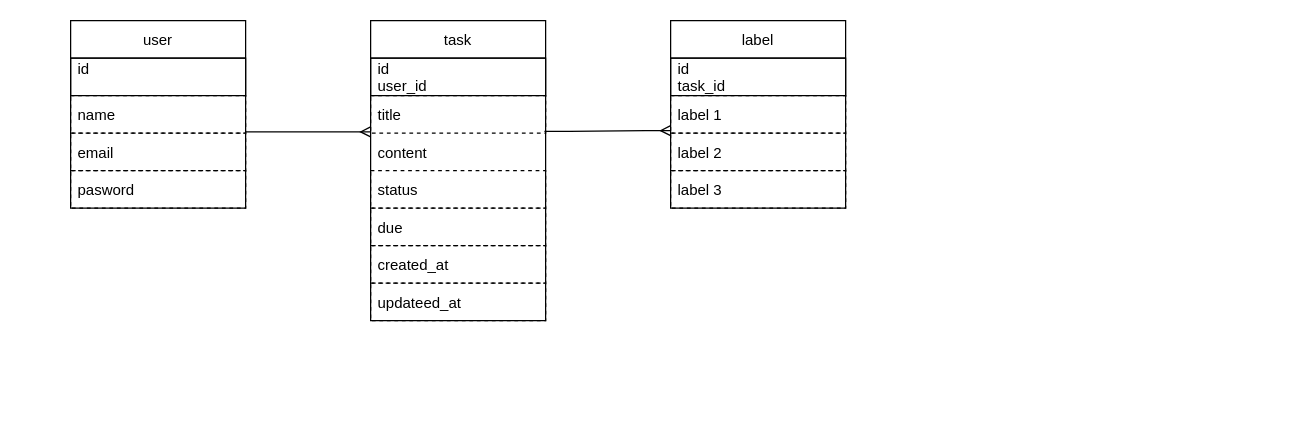
KeiNakamu/Manyo_exam keeps this draw.io diagram as docs/manyo_erd.dio. Above is the earlier version. Source tidied: cells renumbered, new cells numbered last; positions are measured from the earlier drawing's top-left corner, leaving out a move shared by most shapes. Both pictures are drawn from the tidied source at 125%, with x=0, y=0 at pixel (70, 20).
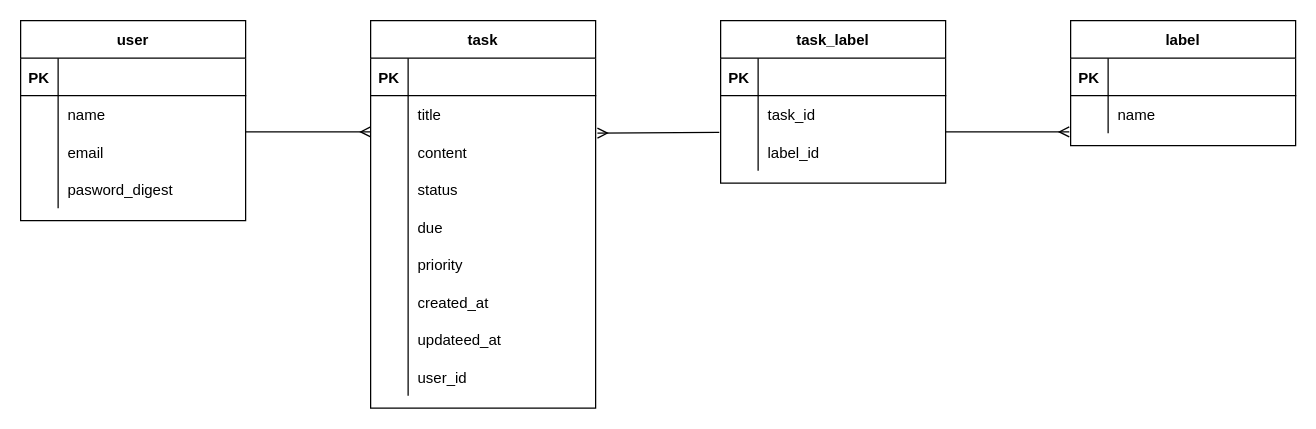
The same diagram, later.

Commit message:
ER図の修正 task_label の中間テーブルを追加

The edit, as a diff of the source:
```diff
@@
+    <mxCell id="21" style="fontSize=12;html=1;endArrow=ERmany;" parent="1" edge="1">
+      <mxGeometry relative="1" as="geometry">
+        <mxPoint x="140" y="89" as="sourcePoint" />
+        <mxPoint x="240" y="89" as="targetPoint" />
+      </mxGeometry>
+    </mxCell>
-    <mxCell id="2" value="user" style="swimlane;fontStyle=0;horizontal=1;startSize=30;" parent="1" vertex="1">
-      <mxGeometry width="140" height="150" as="geometry" />
+    <mxCell id="2" value="user" style="shape=table;startSize=30;childLayout=tableLayout;rowLines=0;fontStyle=1;align=center;" parent="1" vertex="1">
+      <mxGeometry x="-40" width="180" height="160" as="geometry" />
     </mxCell>
-    <mxCell id="3" value="id &#10;" style="text;strokeColor=default;fillColor=none;align=left;verticalAlign=middle;spacingLeft=4;spacingRight=4;overflow=hidden;" parent="2" vertex="1">
-      <mxGeometry y="30" width="140" height="30" as="geometry" />
-    </mxCell>
-    <mxCell id="4" value="name" style="text;strokeColor=default;fillColor=none;align=left;verticalAlign=middle;spacingLeft=4;spacingRight=4;overflow=hidden;dashed=1;" parent="2" vertex="1">
-      <mxGeometry y="60" width="140" height="30" as="geometry" />
-    </mxCell>
+    <mxCell id="22" style="shape=partialRectangle;fillColor=none;top=0;left=0;bottom=1;right=0;" parent="2" vertex="1">
+      <mxGeometry y="30" width="180" height="30" as="geometry" />
+    </mxCell>
+    <mxCell id="23" value="PK" style="shape=partialRectangle;fillColor=none;top=0;left=0;bottom=0;right=0;fontStyle=1;overflow=hidden;" parent="22" vertex="1">
+      <mxGeometry width="30" height="30" as="geometry" />
+    </mxCell>
+    <mxCell id="24" style="shape=partialRectangle;fillColor=none;top=0;left=0;bottom=0;right=0;align=left;spacingLeft=6;fontStyle=5;overflow=hidden;" parent="22" vertex="1">
+      <mxGeometry x="30" width="150" height="30" as="geometry" />
+    </mxCell>
+    <mxCell id="25" style="shape=partialRectangle;fillColor=none;top=0;left=0;bottom=0;right=0;" parent="2" vertex="1">
+      <mxGeometry y="60" width="180" height="30" as="geometry" />
+    </mxCell>
+    <mxCell id="26" style="shape=partialRectangle;fillColor=none;top=0;left=0;bottom=0;right=0;overflow=hidden;" parent="25" vertex="1">
+      <mxGeometry width="30" height="30" as="geometry" />
+    </mxCell>
+    <mxCell id="27" value="name" style="shape=partialRectangle;fillColor=none;top=0;left=0;bottom=0;right=0;align=left;spacingLeft=6;overflow=hidden;" parent="25" vertex="1">
+      <mxGeometry x="30" width="150" height="30" as="geometry" />
+    </mxCell>
+    <mxCell id="28" style="shape=partialRectangle;fillColor=none;top=0;left=0;bottom=0;right=0;" parent="2" vertex="1">
+      <mxGeometry y="90" width="180" height="30" as="geometry" />
+    </mxCell>
+    <mxCell id="29" style="shape=partialRectangle;fillColor=none;top=0;left=0;bottom=0;right=0;overflow=hidden;" parent="28" vertex="1">
+      <mxGeometry width="30" height="30" as="geometry" />
+    </mxCell>
-    <mxCell id="5" value="email" style="text;strokeColor=default;fillColor=none;align=left;verticalAlign=middle;spacingLeft=4;spacingRight=4;overflow=hidden;dashed=1;" parent="2" vertex="1">
-      <mxGeometry y="90" width="140" height="30" as="geometry" />
+    <mxCell id="5" value="email" style="shape=partialRectangle;fillColor=none;top=0;left=0;bottom=0;right=0;align=left;spacingLeft=6;overflow=hidden;" parent="28" vertex="1">
+      <mxGeometry x="30" width="150" height="30" as="geometry" />
     </mxCell>
-    <mxCell id="6" value="pasword" style="text;strokeColor=default;fillColor=none;align=left;verticalAlign=middle;spacingLeft=4;spacingRight=4;overflow=hidden;dashed=1;" parent="2" vertex="1">
-      <mxGeometry y="120" width="140" height="30" as="geometry" />
-    </mxCell>
+    <mxCell id="30" style="shape=partialRectangle;fillColor=none;top=0;left=0;bottom=0;right=0;" parent="2" vertex="1">
+      <mxGeometry y="120" width="180" height="30" as="geometry" />
+    </mxCell>
+    <mxCell id="31" style="shape=partialRectangle;fillColor=none;top=0;left=0;bottom=0;right=0;overflow=hidden;" parent="30" vertex="1">
+      <mxGeometry width="30" height="30" as="geometry" />
+    </mxCell>
+    <mxCell id="32" value="pasword_digest" style="shape=partialRectangle;fillColor=none;top=0;left=0;bottom=0;right=0;align=left;spacingLeft=6;overflow=hidden;" parent="30" vertex="1">
+      <mxGeometry x="30" width="150" height="30" as="geometry" />
+    </mxCell>
-    <mxCell id="7" value="task" style="swimlane;fontStyle=0;horizontal=1;startSize=30;strokeColor=default;" parent="1" vertex="1">
-      <mxGeometry x="240" width="140" height="240" as="geometry" />
+    <mxCell id="7" value="task" style="shape=table;startSize=30;childLayout=tableLayout;rowLines=0;fontStyle=1;align=center;" parent="1" vertex="1">
+      <mxGeometry x="240" width="180" height="310" as="geometry" />
     </mxCell>
-    <mxCell id="8" value="id&#10;user_id" style="text;strokeColor=default;fillColor=none;align=left;verticalAlign=middle;spacingLeft=4;spacingRight=4;overflow=hidden;" parent="7" vertex="1">
-      <mxGeometry y="30" width="140" height="30" as="geometry" />
-    </mxCell>
+    <mxCell id="33" style="shape=partialRectangle;fillColor=none;top=0;left=0;bottom=1;right=0;" parent="7" vertex="1">
+      <mxGeometry y="30" width="180" height="30" as="geometry" />
+    </mxCell>
+    <mxCell id="34" value="PK" style="shape=partialRectangle;fillColor=none;top=0;left=0;bottom=0;right=0;fontStyle=1;overflow=hidden;" parent="33" vertex="1">
+      <mxGeometry width="30" height="30" as="geometry" />
+    </mxCell>
+    <mxCell id="35" style="shape=partialRectangle;fillColor=none;top=0;left=0;bottom=0;right=0;align=left;spacingLeft=6;fontStyle=5;overflow=hidden;" parent="33" vertex="1">
+      <mxGeometry x="30" width="150" height="30" as="geometry" />
+    </mxCell>
+    <mxCell id="36" style="shape=partialRectangle;fillColor=none;top=0;left=0;bottom=0;right=0;points=[[0,0.5],[1,0.5]];portConstraint=eastwest;" parent="7" vertex="1">
+      <mxGeometry y="60" width="180" height="30" as="geometry" />
+    </mxCell>
+    <mxCell id="37" style="shape=partialRectangle;fillColor=none;top=0;left=0;bottom=0;right=0;overflow=hidden;" parent="36" vertex="1">
+      <mxGeometry width="30" height="30" as="geometry" />
+    </mxCell>
-    <mxCell id="9" value="title" style="text;strokeColor=default;fillColor=none;align=left;verticalAlign=middle;spacingLeft=4;spacingRight=4;overflow=hidden;dashed=1;" parent="7" vertex="1">
-      <mxGeometry y="60" width="140" height="30" as="geometry" />
+    <mxCell id="9" value="title" style="shape=partialRectangle;fillColor=none;top=0;left=0;bottom=0;right=0;align=left;spacingLeft=6;overflow=hidden;" parent="36" vertex="1">
+      <mxGeometry x="30" width="150" height="30" as="geometry" />
     </mxCell>
+    <mxCell id="38" style="shape=partialRectangle;fillColor=none;top=0;left=0;bottom=0;right=0;" parent="7" vertex="1">
+      <mxGeometry y="90" width="180" height="30" as="geometry" />
+    </mxCell>
+    <mxCell id="39" style="shape=partialRectangle;fillColor=none;top=0;left=0;bottom=0;right=0;overflow=hidden;" parent="38" vertex="1">
+      <mxGeometry width="30" height="30" as="geometry" />
+    </mxCell>
-    <mxCell id="10" value="content" style="text;strokeColor=none;fillColor=none;align=left;verticalAlign=middle;spacingLeft=4;spacingRight=4;overflow=hidden;points=[[0,0.5],[1,0.5]];portConstraint=eastwest;" parent="7" vertex="1">
-      <mxGeometry y="90" width="140" height="30" as="geometry" />
+    <mxCell id="10" value="content" style="shape=partialRectangle;fillColor=none;top=0;left=0;bottom=0;right=0;align=left;spacingLeft=6;overflow=hidden;" parent="38" vertex="1">
+      <mxGeometry x="30" width="150" height="30" as="geometry" />
     </mxCell>
+    <mxCell id="40" style="shape=partialRectangle;fillColor=none;top=0;left=0;bottom=0;right=0;" parent="7" vertex="1">
+      <mxGeometry y="120" width="180" height="30" as="geometry" />
+    </mxCell>
+    <mxCell id="41" style="shape=partialRectangle;fillColor=none;top=0;left=0;bottom=0;right=0;overflow=hidden;" parent="40" vertex="1">
+      <mxGeometry width="30" height="30" as="geometry" />
+    </mxCell>
-    <mxCell id="11" value="status" style="text;strokeColor=default;fillColor=none;align=left;verticalAlign=middle;spacingLeft=4;spacingRight=4;overflow=hidden;dashed=1;" parent="7" vertex="1">
-      <mxGeometry y="120" width="140" height="30" as="geometry" />
+    <mxCell id="11" value="status" style="shape=partialRectangle;fillColor=none;top=0;left=0;bottom=0;right=0;align=left;spacingLeft=6;overflow=hidden;" parent="40" vertex="1">
+      <mxGeometry x="30" width="150" height="30" as="geometry" />
     </mxCell>
+    <mxCell id="42" style="shape=partialRectangle;fillColor=none;top=0;left=0;bottom=0;right=0;" parent="7" vertex="1">
+      <mxGeometry y="150" width="180" height="30" as="geometry" />
+    </mxCell>
+    <mxCell id="43" style="shape=partialRectangle;fillColor=none;top=0;left=0;bottom=0;right=0;overflow=hidden;" parent="42" vertex="1">
+      <mxGeometry width="30" height="30" as="geometry" />
+    </mxCell>
-    <mxCell id="12" value="due" style="text;strokeColor=default;fillColor=none;align=left;verticalAlign=middle;spacingLeft=4;spacingRight=4;overflow=hidden;dashed=1;" parent="7" vertex="1">
-      <mxGeometry y="150" width="140" height="30" as="geometry" />
+    <mxCell id="12" value="due" style="shape=partialRectangle;fillColor=none;top=0;left=0;bottom=0;right=0;align=left;spacingLeft=6;overflow=hidden;" parent="42" vertex="1">
+      <mxGeometry x="30" width="150" height="30" as="geometry" />
     </mxCell>
+    <mxCell id="44" style="shape=partialRectangle;fillColor=none;top=0;left=0;bottom=0;right=0;" parent="7" vertex="1">
+      <mxGeometry y="180" width="180" height="30" as="geometry" />
+    </mxCell>
+    <mxCell id="45" style="shape=partialRectangle;fillColor=none;top=0;left=0;bottom=0;right=0;overflow=hidden;" parent="44" vertex="1">
+      <mxGeometry width="30" height="30" as="geometry" />
+    </mxCell>
+    <mxCell id="46" value="priority" style="shape=partialRectangle;fillColor=none;top=0;left=0;bottom=0;right=0;align=left;spacingLeft=6;overflow=hidden;" parent="44" vertex="1">
+      <mxGeometry x="30" width="150" height="30" as="geometry" />
+    </mxCell>
+    <mxCell id="47" style="shape=partialRectangle;fillColor=none;top=0;left=0;bottom=0;right=0;" parent="7" vertex="1">
+      <mxGeometry y="210" width="180" height="30" as="geometry" />
+    </mxCell>
+    <mxCell id="48" style="shape=partialRectangle;fillColor=none;top=0;left=0;bottom=0;right=0;overflow=hidden;" parent="47" vertex="1">
+      <mxGeometry width="30" height="30" as="geometry" />
+    </mxCell>
-    <mxCell id="13" value="created_at" style="text;strokeColor=default;fillColor=none;align=left;verticalAlign=middle;spacingLeft=4;spacingRight=4;overflow=hidden;dashed=1;" parent="7" vertex="1">
-      <mxGeometry y="180" width="140" height="30" as="geometry" />
+    <mxCell id="13" value="created_at" style="shape=partialRectangle;fillColor=none;top=0;left=0;bottom=0;right=0;align=left;spacingLeft=6;overflow=hidden;" parent="47" vertex="1">
+      <mxGeometry x="30" width="150" height="30" as="geometry" />
     </mxCell>
+    <mxCell id="49" style="shape=partialRectangle;fillColor=none;top=0;left=0;bottom=0;right=0;" parent="7" vertex="1">
+      <mxGeometry y="240" width="180" height="30" as="geometry" />
+    </mxCell>
+    <mxCell id="50" style="shape=partialRectangle;fillColor=none;top=0;left=0;bottom=0;right=0;overflow=hidden;" parent="49" vertex="1">
+      <mxGeometry width="30" height="30" as="geometry" />
+    </mxCell>
-    <mxCell id="14" value="updateed_at" style="text;strokeColor=default;fillColor=none;align=left;verticalAlign=middle;spacingLeft=4;spacingRight=4;overflow=hidden;dashed=1;" parent="7" vertex="1">
-      <mxGeometry y="210" width="140" height="30" as="geometry" />
+    <mxCell id="14" value="updateed_at" style="shape=partialRectangle;fillColor=none;top=0;left=0;bottom=0;right=0;align=left;spacingLeft=6;overflow=hidden;" parent="49" vertex="1">
+      <mxGeometry x="30" width="150" height="30" as="geometry" />
     </mxCell>
+    <mxCell id="51" style="shape=partialRectangle;fillColor=none;top=0;left=0;bottom=0;right=0;" parent="7" vertex="1">
+      <mxGeometry y="270" width="180" height="30" as="geometry" />
+    </mxCell>
+    <mxCell id="52" style="shape=partialRectangle;fillColor=none;top=0;left=0;bottom=0;right=0;overflow=hidden;" parent="51" vertex="1">
+      <mxGeometry width="30" height="30" as="geometry" />
+    </mxCell>
+    <mxCell id="53" value="user_id" style="shape=partialRectangle;fillColor=none;top=0;left=0;bottom=0;right=0;align=left;spacingLeft=6;overflow=hidden;" parent="51" vertex="1">
+      <mxGeometry x="30" width="150" height="30" as="geometry" />
+    </mxCell>
+    <mxCell id="54" value="task_label" style="shape=table;startSize=30;childLayout=tableLayout;rowLines=0;fontStyle=1;align=center;" parent="1" vertex="1">
+      <mxGeometry x="520" width="180" height="130" as="geometry" />
+    </mxCell>
+    <mxCell id="55" style="shape=partialRectangle;fillColor=none;top=0;left=0;bottom=1;right=0;" parent="54" vertex="1">
+      <mxGeometry y="30" width="180" height="30" as="geometry" />
+    </mxCell>
+    <mxCell id="56" value="PK" style="shape=partialRectangle;fillColor=none;top=0;left=0;bottom=0;right=0;fontStyle=1;overflow=hidden;" parent="55" vertex="1">
+      <mxGeometry width="30" height="30" as="geometry" />
+    </mxCell>
+    <mxCell id="57" style="shape=partialRectangle;fillColor=none;top=0;left=0;bottom=0;right=0;align=left;spacingLeft=6;fontStyle=5;overflow=hidden;" parent="55" vertex="1">
+      <mxGeometry x="30" width="150" height="30" as="geometry" />
+    </mxCell>
+    <mxCell id="58" style="shape=partialRectangle;fillColor=none;top=0;left=0;bottom=0;right=0;" parent="54" vertex="1">
+      <mxGeometry y="60" width="180" height="30" as="geometry" />
+    </mxCell>
+    <mxCell id="59" style="shape=partialRectangle;fillColor=none;top=0;left=0;bottom=0;right=0;overflow=hidden;" parent="58" vertex="1">
+      <mxGeometry width="30" height="30" as="geometry" />
+    </mxCell>
+    <mxCell id="60" value="task_id" style="shape=partialRectangle;fillColor=none;top=0;left=0;bottom=0;right=0;align=left;spacingLeft=6;overflow=hidden;" parent="58" vertex="1">
+      <mxGeometry x="30" width="150" height="30" as="geometry" />
+    </mxCell>
+    <mxCell id="61" style="shape=partialRectangle;fillColor=none;top=0;left=0;bottom=0;right=0;points=[[0,0.5],[1,0.5]];portConstraint=eastwest;" parent="54" vertex="1">
+      <mxGeometry y="90" width="180" height="30" as="geometry" />
+    </mxCell>
+    <mxCell id="62" style="shape=partialRectangle;fillColor=none;top=0;left=0;bottom=0;right=0;overflow=hidden;" parent="61" vertex="1">
+      <mxGeometry width="30" height="30" as="geometry" />
+    </mxCell>
+    <mxCell id="63" value="label_id" style="shape=partialRectangle;fillColor=none;top=0;left=0;bottom=0;right=0;align=left;spacingLeft=6;overflow=hidden;" parent="61" vertex="1">
+      <mxGeometry x="30" width="150" height="30" as="geometry" />
+    </mxCell>
+    <mxCell id="64" style="fontSize=12;html=1;endArrow=ERmany;entryX=1.008;entryY=1;entryDx=0;entryDy=0;entryPerimeter=0;exitX=-0.006;exitY=-0.017;exitDx=0;exitDy=0;exitPerimeter=0;" parent="1" edge="1" source="61" target="36">
+      <mxGeometry relative="1" as="geometry" />
+    </mxCell>
-    <mxCell id="15" value="label" style="swimlane;fontStyle=0;horizontal=1;startSize=30;strokeColor=default;" parent="1" vertex="1">
-      <mxGeometry x="480" width="140" height="150" as="geometry" />
+    <mxCell id="15" value="label" style="shape=table;startSize=30;childLayout=tableLayout;rowLines=0;fontStyle=1;align=center;" parent="1" vertex="1">
+      <mxGeometry x="800" width="180" height="100" as="geometry" />
     </mxCell>
-    <mxCell id="16" value="id&#10;task_id" style="text;strokeColor=default;fillColor=none;align=left;verticalAlign=middle;spacingLeft=4;spacingRight=4;overflow=hidden;" parent="15" vertex="1">
-      <mxGeometry y="30" width="140" height="30" as="geometry" />
-    </mxCell>
-    <mxCell id="17" value="label 1" style="text;strokeColor=default;fillColor=none;align=left;verticalAlign=middle;spacingLeft=4;spacingRight=4;overflow=hidden;dashed=1;" parent="15" vertex="1">
-      <mxGeometry y="60" width="140" height="30" as="geometry" />
-    </mxCell>
-    <mxCell id="18" value="label 2" style="text;strokeColor=default;fillColor=none;align=left;verticalAlign=middle;spacingLeft=4;spacingRight=4;overflow=hidden;dashed=1;" parent="15" vertex="1">
-      <mxGeometry y="90" width="140" height="30" as="geometry" />
-    </mxCell>
-    <mxCell id="19" value="label 3" style="text;strokeColor=default;fillColor=none;align=left;verticalAlign=middle;spacingLeft=4;spacingRight=4;overflow=hidden;dashed=1;" parent="15" vertex="1">
-      <mxGeometry y="120" width="140" height="30" as="geometry" />
-    </mxCell>
-    <mxCell id="20" style="edgeStyle=entityRelationEdgeStyle;fontSize=12;html=1;endArrow=ERmany;exitX=0.993;exitY=-0.05;exitDx=0;exitDy=0;exitPerimeter=0;" parent="1" edge="1" source="10">
-      <mxGeometry relative="1" as="geometry">
-        <mxPoint x="480" y="88" as="targetPoint" />
-      </mxGeometry>
-    </mxCell>
-    <mxCell id="21" style="fontSize=12;html=1;endArrow=ERmany;" parent="1" edge="1">
-      <mxGeometry relative="1" as="geometry">
-        <mxPoint x="140" y="89" as="sourcePoint" />
-        <mxPoint x="240" y="89" as="targetPoint" />
-      </mxGeometry>
-    </mxCell>
+    <mxCell id="65" style="shape=partialRectangle;fillColor=none;top=0;left=0;bottom=1;right=0;" parent="15" vertex="1">
+      <mxGeometry y="30" width="180" height="30" as="geometry" />
+    </mxCell>
+    <mxCell id="66" value="PK" style="shape=partialRectangle;fillColor=none;top=0;left=0;bottom=0;right=0;fontStyle=1;overflow=hidden;" parent="65" vertex="1">
+      <mxGeometry width="30" height="30" as="geometry" />
+    </mxCell>
+    <mxCell id="67" style="shape=partialRectangle;fillColor=none;top=0;left=0;bottom=0;right=0;align=left;spacingLeft=6;fontStyle=5;overflow=hidden;" parent="65" vertex="1">
+      <mxGeometry x="30" width="150" height="30" as="geometry" />
+    </mxCell>
+    <mxCell id="68" style="shape=partialRectangle;fillColor=none;top=0;left=0;bottom=0;right=0;points=[[0,0.5],[1,0.5]];portConstraint=eastwest;" parent="15" vertex="1">
+      <mxGeometry y="60" width="180" height="30" as="geometry" />
+    </mxCell>
+    <mxCell id="69" style="shape=partialRectangle;fillColor=none;top=0;left=0;bottom=0;right=0;overflow=hidden;" parent="68" vertex="1">
+      <mxGeometry width="30" height="30" as="geometry" />
+    </mxCell>
+    <mxCell id="70" value="name" style="shape=partialRectangle;fillColor=none;top=0;left=0;bottom=0;right=0;align=left;spacingLeft=6;overflow=hidden;" parent="68" vertex="1">
+      <mxGeometry x="30" width="150" height="30" as="geometry" />
+    </mxCell>
+    <mxCell id="71" style="fontSize=12;html=1;endArrow=ERmany;entryX=-0.006;entryY=0.967;entryDx=0;entryDy=0;entryPerimeter=0;" parent="1" edge="1" target="68">
+      <mxGeometry relative="1" as="geometry">
+        <mxPoint x="700" y="89" as="sourcePoint" />
+      </mxGeometry>
+    </mxCell>
```
